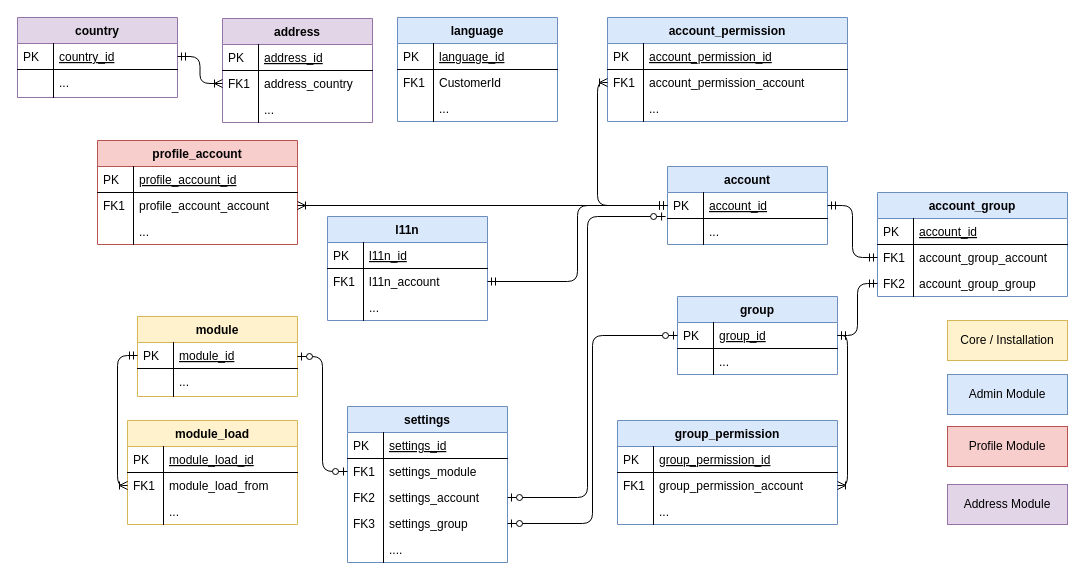
Above: page "overview" (1 of 7) of app/UML.drawio in Karaka-Management/Assets (draw.io), before the change. Source tidied: cells renumbered, new cells numbered last; positions are measured from the earlier drawing's top-left corner, leaving out a move shared by most shapes. Both pictures are drawn from the tidied source at 100%, with x=0, y=0 at pixel (17, 17).
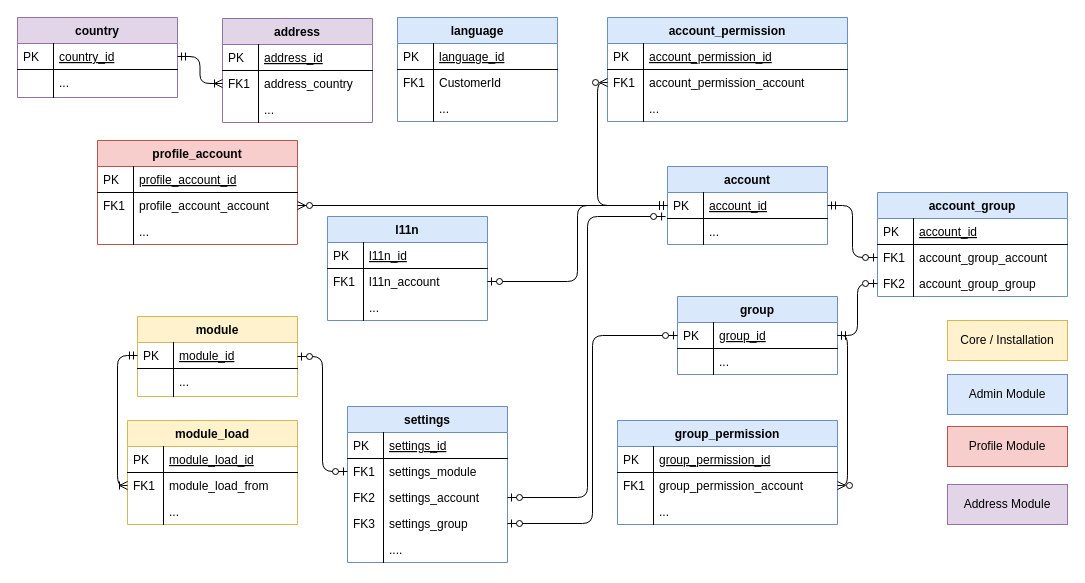
Above is the later version.

The change refers to these unchanged cells:
```xml
<mxCell id="2" value="account" style="swimlane;fontStyle=1;horizontal=1;startSize=26;rounded=0;shadow=0;strokeWidth=1;fillColor=#dae8fc;strokeColor=#6c8ebf;" parent="1" vertex="1">
  <mxGeometry x="650" y="149" width="160" height="78" as="geometry" />
</mxCell>
<mxCell id="3" value="account_id" style="shape=partialRectangle;top=0;left=0;right=0;bottom=1;align=left;verticalAlign=top;fillColor=none;spacingLeft=40;spacingRight=4;overflow=hidden;points=[[0,0.5],[1,0.5]];portConstraint=eastwest;rounded=0;shadow=0;strokeWidth=1;fontStyle=4;" parent="2" vertex="1">
  <mxGeometry y="26" width="160" height="26" as="geometry" />
</mxCell>
<mxCell id="8" value="group_id" style="shape=partialRectangle;top=0;left=0;right=0;bottom=1;align=left;verticalAlign=top;fillColor=none;spacingLeft=40;spacingRight=4;overflow=hidden;points=[[0,0.5],[1,0.5]];portConstraint=eastwest;rounded=0;shadow=0;strokeWidth=1;fontStyle=4;" parent="7" vertex="1">
  <mxGeometry y="26" width="160" height="26" as="geometry" />
</mxCell>
<mxCell id="15" value="profile_account_account" style="shape=partialRectangle;top=0;left=0;right=0;bottom=0;align=left;verticalAlign=top;fillColor=none;spacingLeft=40;spacingRight=4;overflow=hidden;points=[[0,0.5],[1,0.5]];portConstraint=eastwest;rounded=0;shadow=0;strokeWidth=1;" parent="12" vertex="1">
  <mxGeometry y="52" width="200" height="26" as="geometry" />
</mxCell>
<mxCell id="34" value="l11n_account" style="shape=partialRectangle;top=0;left=0;right=0;bottom=0;align=left;verticalAlign=top;fillColor=none;spacingLeft=40;spacingRight=4;overflow=hidden;points=[[0,0.5],[1,0.5]];portConstraint=eastwest;rounded=0;shadow=0;strokeWidth=1;" parent="31" vertex="1">
  <mxGeometry y="52" width="160" height="26" as="geometry" />
</mxCell>
<mxCell id="41" value="account_permission_account" style="shape=partialRectangle;top=0;left=0;right=0;bottom=0;align=left;verticalAlign=top;fillColor=none;spacingLeft=40;spacingRight=4;overflow=hidden;points=[[0,0.5],[1,0.5]];portConstraint=eastwest;rounded=0;shadow=0;strokeWidth=1;" parent="38" vertex="1">
  <mxGeometry y="52" width="240" height="26" as="geometry" />
</mxCell>
<mxCell id="68" value="account_group_account" style="shape=partialRectangle;top=0;left=0;right=0;bottom=0;align=left;verticalAlign=top;fillColor=none;spacingLeft=40;spacingRight=4;overflow=hidden;points=[[0,0.5],[1,0.5]];portConstraint=eastwest;rounded=0;shadow=0;strokeWidth=1;" parent="65" vertex="1">
  <mxGeometry y="52" width="190" height="26" as="geometry" />
</mxCell>
<mxCell id="70" value="account_group_group" style="shape=partialRectangle;top=0;left=0;right=0;bottom=0;align=left;verticalAlign=top;fillColor=none;spacingLeft=40;spacingRight=4;overflow=hidden;points=[[0,0.5],[1,0.5]];portConstraint=eastwest;rounded=0;shadow=0;strokeWidth=1;" parent="65" vertex="1">
  <mxGeometry y="78" width="190" height="26" as="geometry" />
</mxCell>
<mxCell id="93" value="group_permission_account" style="shape=partialRectangle;top=0;left=0;right=0;bottom=0;align=left;verticalAlign=top;fillColor=none;spacingLeft=40;spacingRight=4;overflow=hidden;points=[[0,0.5],[1,0.5]];portConstraint=eastwest;rounded=0;shadow=0;strokeWidth=1;" parent="90" vertex="1">
  <mxGeometry y="52" width="220" height="26" as="geometry" />
</mxCell>
```

Change to the diagram source:
```diff
@@
-    <mxCell id="64" style="edgeStyle=orthogonalEdgeStyle;fontSize=12;html=1;endArrow=ERoneToMany;startArrow=ERmandOne;entryX=1;entryY=0.5;entryDx=0;entryDy=0;exitX=0;exitY=0.5;exitDx=0;exitDy=0;" parent="1" edge="1" source="3" target="15">
+    <mxCell id="64" style="edgeStyle=orthogonalEdgeStyle;fontSize=12;html=1;endArrow=ERzeroToMany;startArrow=ERmandOne;entryX=1;entryY=0.5;entryDx=0;entryDy=0;exitX=0;exitY=0.5;exitDx=0;exitDy=0;endFill=1;" parent="1" edge="1" source="3" target="15">
       <mxGeometry relative="1" as="geometry" />
     </mxCell>
@@
-    <mxCell id="72" style="edgeStyle=orthogonalEdgeStyle;fontSize=12;html=1;endArrow=ERmandOne;startArrow=ERmandOne;entryX=0;entryY=0.5;entryDx=0;entryDy=0;exitX=1;exitY=0.5;exitDx=0;exitDy=0;" parent="1" edge="1" source="2" target="68">
+    <mxCell id="72" style="edgeStyle=orthogonalEdgeStyle;fontSize=12;html=1;endArrow=ERzeroToOne;startArrow=ERmandOne;entryX=0;entryY=0.5;entryDx=0;entryDy=0;exitX=1;exitY=0.5;exitDx=0;exitDy=0;endFill=1;" parent="1" edge="1" source="2" target="68">
       <mxGeometry relative="1" as="geometry" />
     </mxCell>
-    <mxCell id="73" style="edgeStyle=orthogonalEdgeStyle;fontSize=12;html=1;endArrow=ERmandOne;startArrow=ERmandOne;entryX=0;entryY=0.5;entryDx=0;entryDy=0;exitX=1;exitY=0.5;exitDx=0;exitDy=0;" parent="1" edge="1" source="8" target="70">
+    <mxCell id="73" style="edgeStyle=orthogonalEdgeStyle;fontSize=12;html=1;endArrow=ERzeroToOne;startArrow=ERmandOne;entryX=0;entryY=0.5;entryDx=0;entryDy=0;exitX=1;exitY=0.5;exitDx=0;exitDy=0;endFill=1;" parent="1" edge="1" source="8" target="70">
       <mxGeometry relative="1" as="geometry" />
     </mxCell>
@@
-    <mxCell id="89" style="edgeStyle=orthogonalEdgeStyle;fontSize=12;html=1;endArrow=ERoneToMany;startArrow=ERmandOne;entryX=0;entryY=0.5;entryDx=0;entryDy=0;exitX=0;exitY=0.5;exitDx=0;exitDy=0;" parent="1" edge="1" source="3" target="41">
+    <mxCell id="89" style="edgeStyle=orthogonalEdgeStyle;fontSize=12;html=1;endArrow=ERzeroToMany;startArrow=ERmandOne;entryX=0;entryY=0.5;entryDx=0;entryDy=0;exitX=0;exitY=0.5;exitDx=0;exitDy=0;endFill=1;" parent="1" edge="1" source="3" target="41">
       <mxGeometry relative="1" as="geometry" />
     </mxCell>
@@
-    <mxCell id="97" style="edgeStyle=orthogonalEdgeStyle;fontSize=12;html=1;endArrow=ERoneToMany;startArrow=ERmandOne;entryX=1;entryY=0.5;entryDx=0;entryDy=0;exitX=1;exitY=0.5;exitDx=0;exitDy=0;" parent="1" edge="1" source="8" target="93">
+    <mxCell id="97" style="edgeStyle=orthogonalEdgeStyle;fontSize=12;html=1;endArrow=ERzeroToMany;startArrow=ERmandOne;entryX=1;entryY=0.5;entryDx=0;entryDy=0;exitX=1;exitY=0.5;exitDx=0;exitDy=0;endFill=1;" parent="1" edge="1" source="8" target="93">
       <mxGeometry relative="1" as="geometry" />
     </mxCell>
@@
-    <mxCell id="99" style="edgeStyle=orthogonalEdgeStyle;fontSize=12;html=1;endArrow=ERmandOne;startArrow=ERmandOne;entryX=0;entryY=0.5;entryDx=0;entryDy=0;exitX=1;exitY=0.5;exitDx=0;exitDy=0;" parent="1" edge="1" source="34" target="3">
+    <mxCell id="99" style="edgeStyle=orthogonalEdgeStyle;fontSize=12;html=1;endArrow=ERmandOne;startArrow=ERzeroToOne;entryX=0;entryY=0.5;entryDx=0;entryDy=0;exitX=1;exitY=0.5;exitDx=0;exitDy=0;startFill=1;" parent="1" edge="1" source="34" target="3">
       <mxGeometry relative="1" as="geometry" />
     </mxCell>
```
